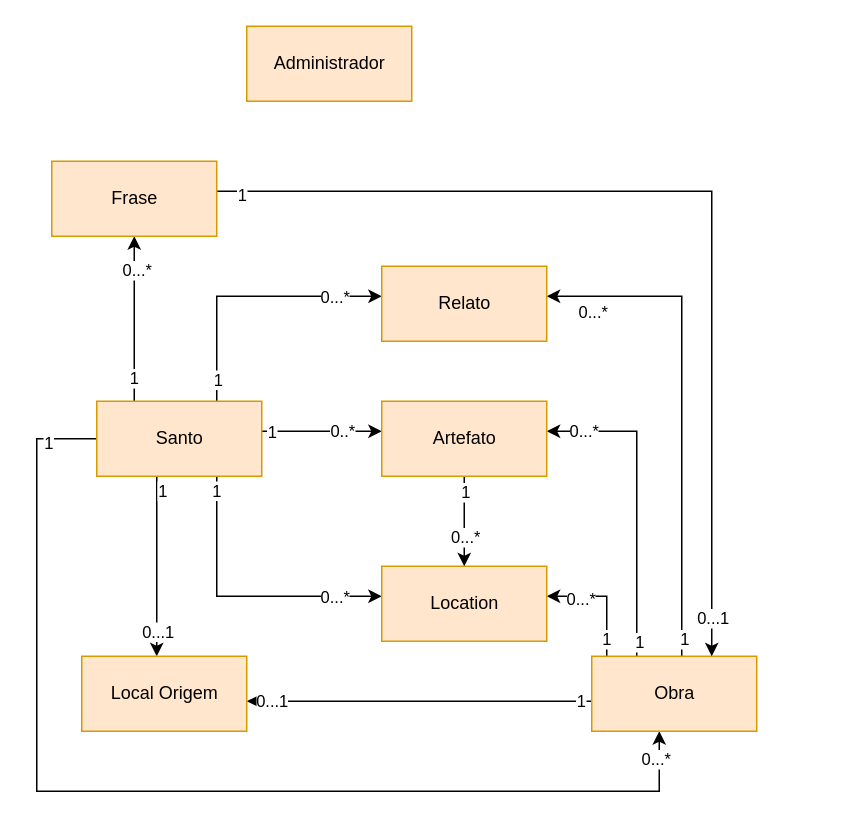
Above: page "Conceptual Model" (1 of 2) of Documentation/Untitled Diagram.drawio in the-catholics/Saints-API (draw.io), before the change. Source tidied: cells renumbered, new cells numbered last; positions are measured from the earlier drawing's top-left corner, leaving out a move shared by most shapes. Both pictures are drawn from the tidied source at 150%, with x=0, y=0 at pixel (36, 26).
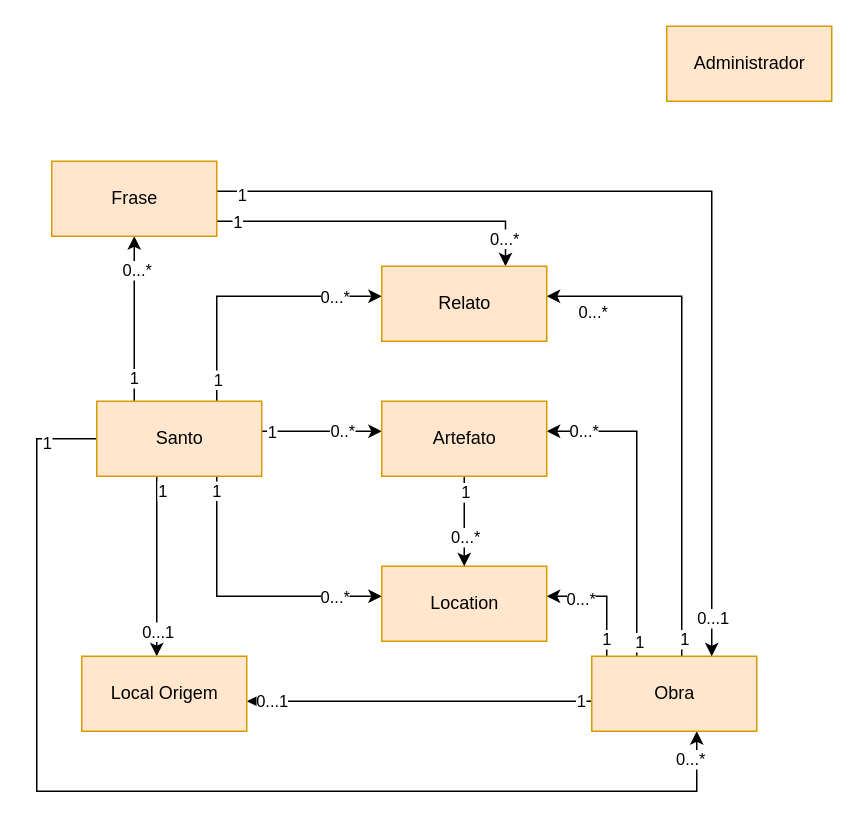
The same diagram, later.

Unchanged cells that the change refers to:
```xml
<mxCell id="20" value="Santo" style="html=1;fillColor=#ffe6cc;strokeColor=#d79b00;" parent="1" vertex="1">
  <mxGeometry x="40" y="250" width="110" height="50" as="geometry" />
</mxCell>
<mxCell id="33" value="Obra" style="html=1;fillColor=#ffe6cc;strokeColor=#d79b00;" parent="1" vertex="1">
  <mxGeometry x="370" y="420" width="110" height="50" as="geometry" />
</mxCell>
<mxCell id="37" value="Frase" style="html=1;fillColor=#ffe6cc;strokeColor=#d79b00;" parent="1" vertex="1">
  <mxGeometry x="10" y="90" width="110" height="50" as="geometry" />
</mxCell>
<mxCell id="41" value="Relato" style="html=1;fillColor=#ffe6cc;strokeColor=#d79b00;" parent="1" vertex="1">
  <mxGeometry x="230" y="160" width="110" height="50" as="geometry" />
</mxCell>
```

Change to the diagram source:
```diff
@@
     <mxCell id="2" style="edgeStyle=orthogonalEdgeStyle;rounded=0;jettySize=auto;html=1;" parent="1" edge="1" source="20" target="33">
       <mxGeometry relative="1" as="geometry">
         <Array as="points">
           <mxPoint y="275" />
           <mxPoint y="510" />
-          <mxPoint x="415" y="510" />
+          <mxPoint x="440" y="510" />
         </Array>
       </mxGeometry>
     </mxCell>
@@
+    <mxCell id="46" style="edgeStyle=orthogonalEdgeStyle;rounded=0;jettySize=auto;html=1;entryX=0.75;entryY=0;entryDx=0;entryDy=0;" parent="1" edge="1" source="37" target="41">
+      <mxGeometry relative="1" as="geometry">
+        <Array as="points">
+          <mxPoint x="313" y="130" />
+        </Array>
+      </mxGeometry>
+    </mxCell>
+    <mxCell id="47" value="1" style="edgeLabel;html=1;align=center;verticalAlign=middle;" parent="46" vertex="1">
+      <mxGeometry x="-0.88" y="-3" relative="1" as="geometry">
+        <mxPoint y="-3" as="offset" />
+      </mxGeometry>
+    </mxCell>
+    <mxCell id="48" value="0...*" style="edgeLabel;html=1;align=center;verticalAlign=middle;" parent="46" vertex="1">
+      <mxGeometry x="0.83" y="-1" relative="1" as="geometry" />
+    </mxCell>
@@
     <mxCell id="38" value="Administrador" style="html=1;fillColor=#ffe6cc;strokeColor=#d79b00;" parent="1" vertex="1">
-      <mxGeometry x="140" width="110" height="50" as="geometry" />
+      <mxGeometry x="420" width="110" height="50" as="geometry" />
     </mxCell>
```
